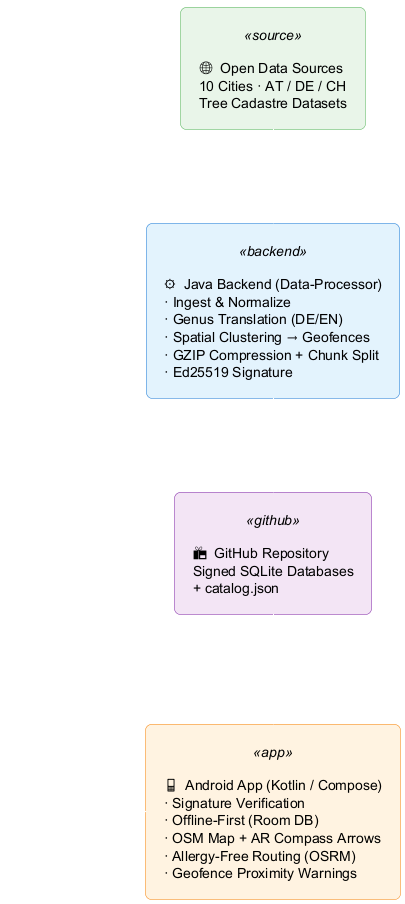
matthili/BaumRadar keeps this PlantUML diagram as docs/architecture/00_overview_en.png. Above is the earlier version. Source of this version:
```plantuml
@startuml
skinparam backgroundColor transparent
skinparam componentStyle rectangle
skinparam shadowing false
skinparam defaultFontName Inter
skinparam padding 8
skinparam roundCorner 12

skinparam ArrowColor white
skinparam ArrowFontColor white
skinparam actorBorderColor white
skinparam actorFontColor white
skinparam actorBackgroundColor transparent

top to bottom direction

skinparam rectangle {
  BackgroundColor<<source>> #E8F5E9
  BorderColor<<source>> #4CAF50
  BackgroundColor<<backend>> #E3F2FD
  BorderColor<<backend>> #1976D2
  BackgroundColor<<github>> #F3E5F5
  BorderColor<<github>> #7B1FA2
  BackgroundColor<<app>> #FFF3E0
  BorderColor<<app>> #F57C00
}

rectangle "🌐  Open Data Sources\n10 Cities · AT / DE / CH\nTree Cadastre Datasets" as Src <<source>>

rectangle "⚙️  Java Backend (Data-Processor)\n· Ingest & Normalize\n· Genus Translation (DE/EN)\n· Spatial Clustering → Geofences\n· GZIP Compression + Chunk Split\n· Ed25519 Signature" as BE <<backend>>

rectangle "📦  GitHub Repository\nSigned SQLite Databases\n+ catalog.json" as GH <<github>>

rectangle "📱  Android App (Kotlin / Compose)\n· Signature Verification\n· Offline-First (Room DB)\n· OSM Map + AR Compass Arrows\n· Allergy-Free Routing (OSRM)\n· Geofence Proximity Warnings" as App <<app>>

actor "User\n(Allergy Profile)" as User

Src -down-> BE : ingest
BE -down-> GH : publish
GH -down-> App : download\n& verify
User -right-> App
@enduml
```
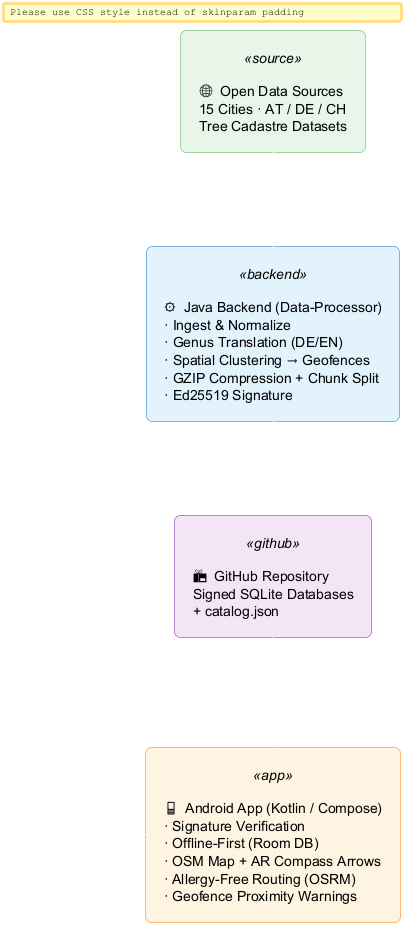
The same diagram one commit later.

The edit, as a diff of the source:
```diff
@@ -25,7 +25,7 @@
   BorderColor<<app>> #F57C00
 }
 
-rectangle "🌐  Open Data Sources\n10 Cities · AT / DE / CH\nTree Cadastre Datasets" as Src <<source>>
+rectangle "🌐  Open Data Sources\n15 Cities · AT / DE / CH\nTree Cadastre Datasets" as Src <<source>>
 
 rectangle "⚙️  Java Backend (Data-Processor)\n· Ingest & Normalize\n· Genus Translation (DE/EN)\n· Spatial Clustering → Geofences\n· GZIP Compression + Chunk Split\n· Ed25519 Signature" as BE <<backend>>
 
```
